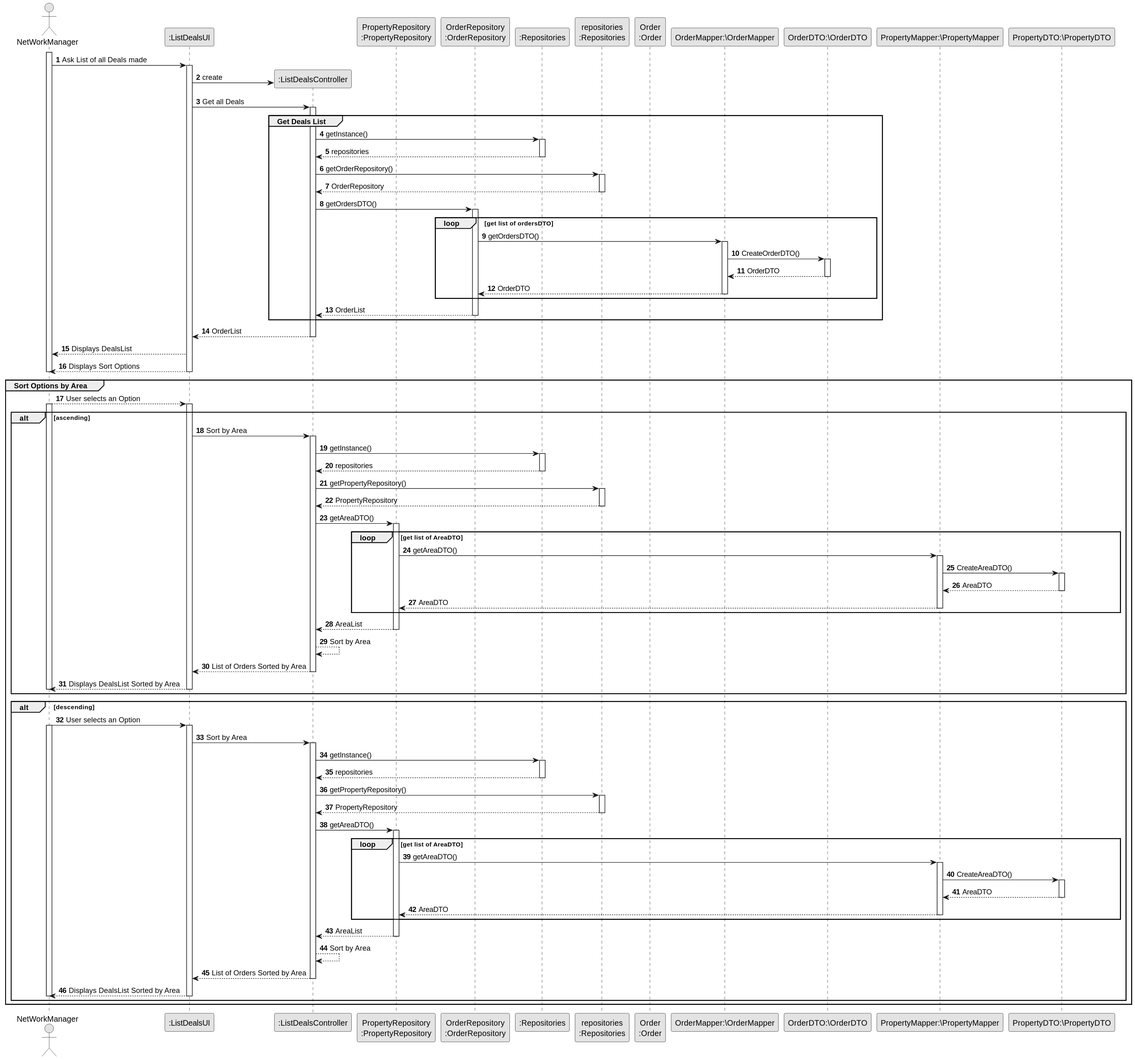
The PlantUML diagram lei-22-s2-1do-g68/docs/SprintD/us017/03.design/svg/us017-sequence-diagram-full.svg in hugosilva2901/lei-22-s2-1DO-g68, before a commit. Its diagram source:
```plantuml
@startuml
skinparam monochrome true
skinparam packageStyle rectangle
skinparam shadowing false

autonumber

actor "NetWorkManager" as nm
participant ":ListDealsUI" as UI
participant ":ListDealsController" as CTRL
participant "PropertyRepository\n:PropertyRepository" as PropertyRepository
participant "OrderRepository\n:OrderRepository" as OrderRepository
participant ":Repositories" as RepositorySingleton
participant "repositories\n:Repositories" as PLAT
participant "Order\n:Order" as TAREFA
participant "OrderMapper:\OrderMapper" as Mapper
participant "OrderDTO:\OrderDTO" as DTO
participant "PropertyMapper:\PropertyMapper" as PMapper
participant "PropertyDTO:\PropertyDTO" as PDTO

activate nm

    nm -> UI : Ask List of all Deals made

    activate UI

        UI -> CTRL** : create

    UI-> CTRL : Get all Deals
    activate CTRL

    group Get Deals List


            CTRL -> RepositorySingleton : getInstance()
            activate RepositorySingleton

                RepositorySingleton --> CTRL: repositories
            deactivate RepositorySingleton

            CTRL -> PLAT : getOrderRepository()
            activate PLAT

            PLAT --> CTRL: OrderRepository
            deactivate PLAT

            CTRL -> OrderRepository : getOrdersDTO()
            loop get list of ordersDTO
            activate OrderRepository
              OrderRepository->Mapper:getOrdersDTO()
            activate Mapper

            Mapper->DTO:CreateOrderDTO()

            activate DTO
            DTO-->Mapper:OrderDTO
            deactivate DTO
            Mapper-->OrderRepository:OrderDTO
            deactivate Mapper
            end
                OrderRepository --> CTRL : OrderList
            deactivate OrderRepository
    end group



    UI<-- CTRL  : OrderList
    deactivate CTRL

    UI --> nm : Displays DealsList

    UI --> nm : Displays Sort Options
    deactivate UI
    deactivate nm

group Sort Options by Area

    nm --> UI : User selects an Option
    activate nm
    activate UI

    alt ascending
        UI -> CTRL : Sort by Area
        activate CTRL

                CTRL -> RepositorySingleton : getInstance()
                activate RepositorySingleton

                RepositorySingleton --> CTRL: repositories
                deactivate RepositorySingleton

                CTRL -> PLAT : getPropertyRepository()
                activate PLAT

                PLAT --> CTRL: PropertyRepository
                deactivate PLAT

                CTRL -> PropertyRepository : getAreaDTO()
                loop get list of AreaDTO
                activate PropertyRepository
                  PropertyRepository->PMapper:getAreaDTO()
                activate PMapper

                PMapper->PDTO:CreateAreaDTO()

                activate PDTO
                PDTO-->PMapper:AreaDTO
                deactivate PDTO
                PMapper-->PropertyRepository:AreaDTO
                deactivate PMapper
                end
                    PropertyRepository --> CTRL : AreaList
                deactivate PropertyRepository
                CTRL-->CTRL : Sort by Area
                CTRL--> UI : List of Orders Sorted by Area
                deactivate CTRL
                UI --> nm : Displays DealsList Sorted by Area
                deactivate UI
                deactivate nm
    end alt

    alt descending
        nm->UI: User selects an Option
        activate nm
        activate UI

        UI -> CTRL : Sort by Area
        activate CTRL

                CTRL -> RepositorySingleton : getInstance()
                activate RepositorySingleton

                RepositorySingleton --> CTRL: repositories
                deactivate RepositorySingleton

                CTRL -> PLAT : getPropertyRepository()
                activate PLAT

                PLAT --> CTRL: PropertyRepository
                deactivate PLAT

                CTRL -> PropertyRepository : getAreaDTO()
                loop get list of AreaDTO
                activate PropertyRepository
                  PropertyRepository->PMapper:getAreaDTO()
                activate PMapper

                PMapper->PDTO:CreateAreaDTO()

                activate PDTO
                PDTO-->PMapper:AreaDTO
                deactivate PDTO
                PMapper-->PropertyRepository:AreaDTO
                deactivate PMapper
                end
                    PropertyRepository --> CTRL : AreaList
                deactivate PropertyRepository
                CTRL-->CTRL : Sort by Area
                CTRL--> UI : List of Orders Sorted by Area
                deactivate CTRL
                UI --> nm : Displays DealsList Sorted by Area
                deactivate UI
                deactivate nm
    end alt
end group
@enduml
```
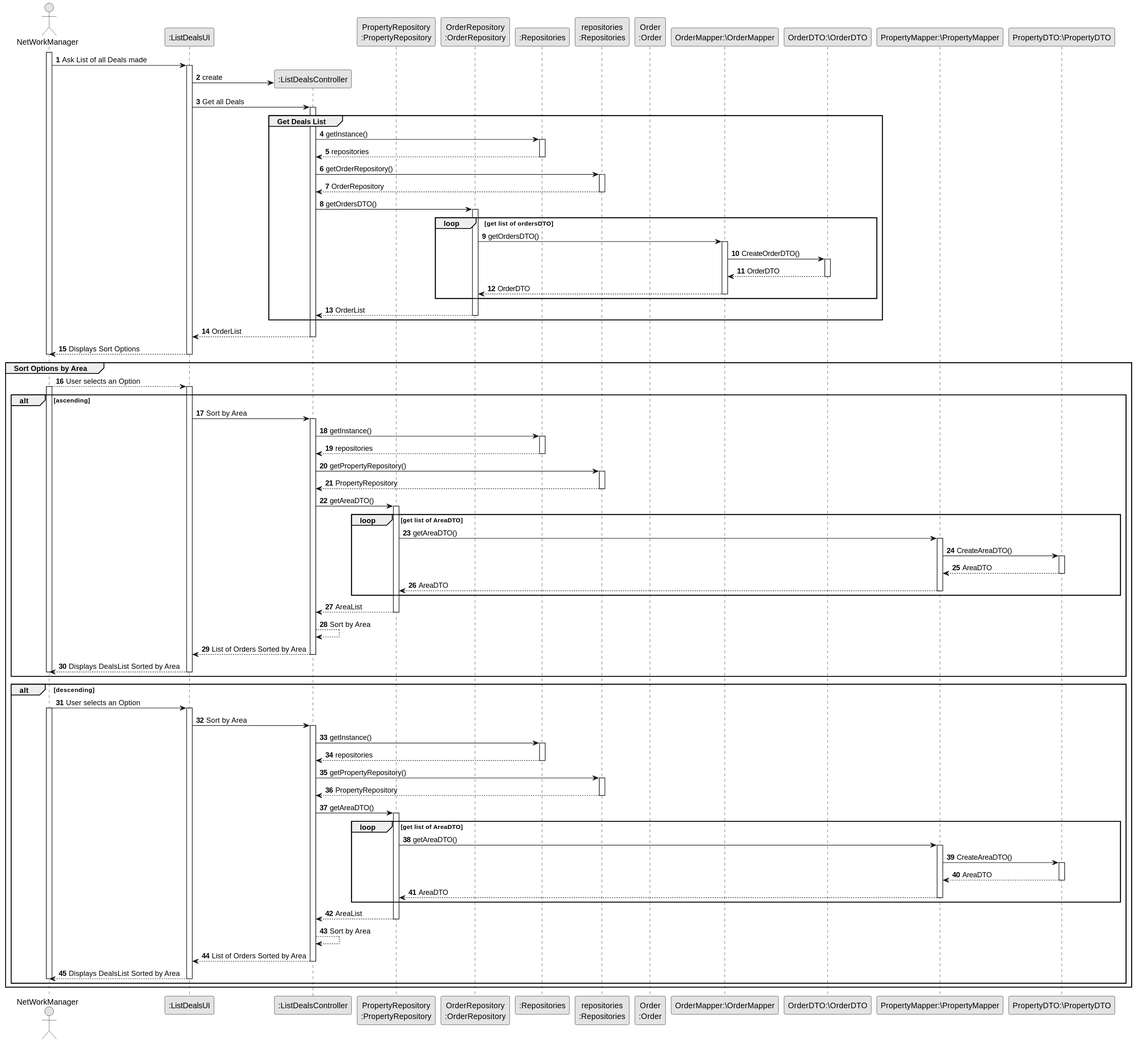
Above is the later version.

The edit, as a diff of the source:
```diff
@@ -67,7 +67,7 @@
     UI<-- CTRL  : OrderList
     deactivate CTRL
 
-    UI --> nm : Displays DealsList
+
 
     UI --> nm : Displays Sort Options
     deactivate UI
```
